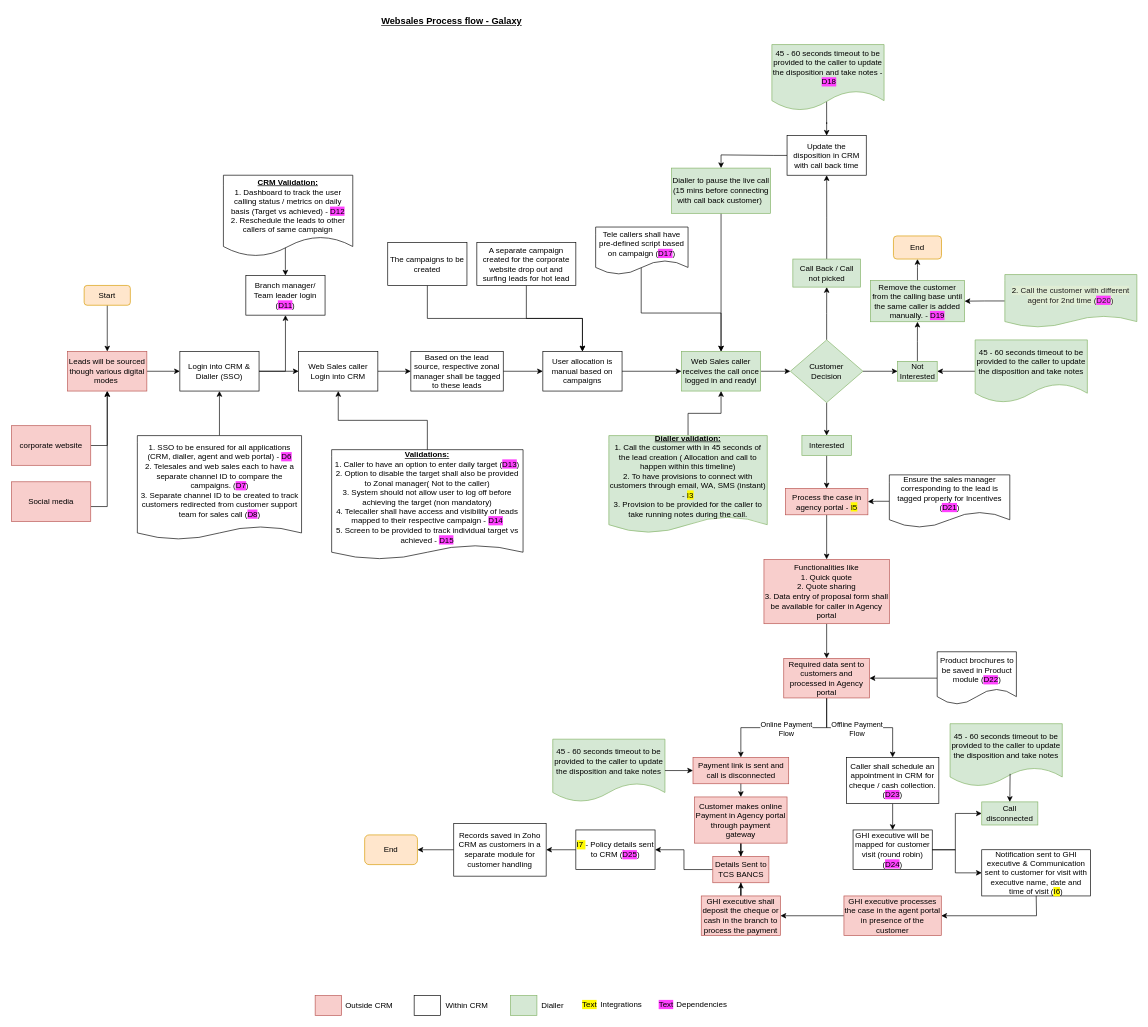
Earlier version of the draw.io diagram WebSales.drawio (shaileshsreedar/Galaxy). Source tidied: cells renumbered, new cells numbered last; positions are measured from the earlier drawing's top-left corner, leaving out a move shared by most shapes. Both pictures are drawn from the tidied source at 66%, with x=0, y=0 at pixel (11, 11).
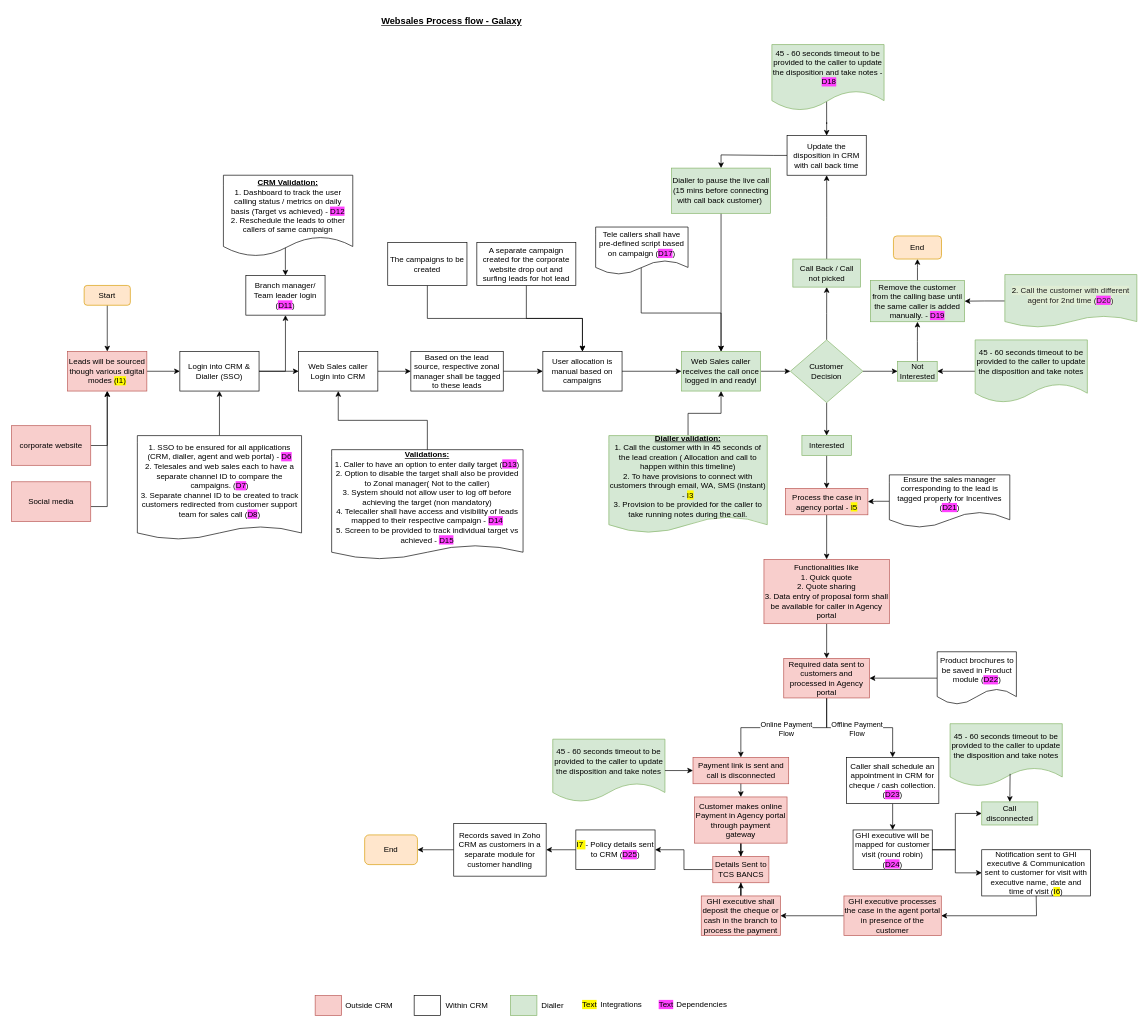
The same diagram, later.

Change to the diagram source:
```diff
@@
-    <mxCell id="3" value="Leads will be sourced though various digital modes&amp;nbsp;" style="rounded=0;whiteSpace=wrap;html=1;fillColor=#f8cecc;strokeColor=#b85450;" parent="1" vertex="1">
+    <mxCell id="3" value="Leads will be sourced though various digital modes &lt;span style=&quot;background-color: rgb(255, 251, 0);&quot;&gt;(I1)&lt;/span&gt;" style="rounded=0;whiteSpace=wrap;html=1;fillColor=#f8cecc;strokeColor=#b85450;" parent="1" vertex="1">
       <mxGeometry x="85" y="515" width="120" height="60" as="geometry" />
     </mxCell>
```
